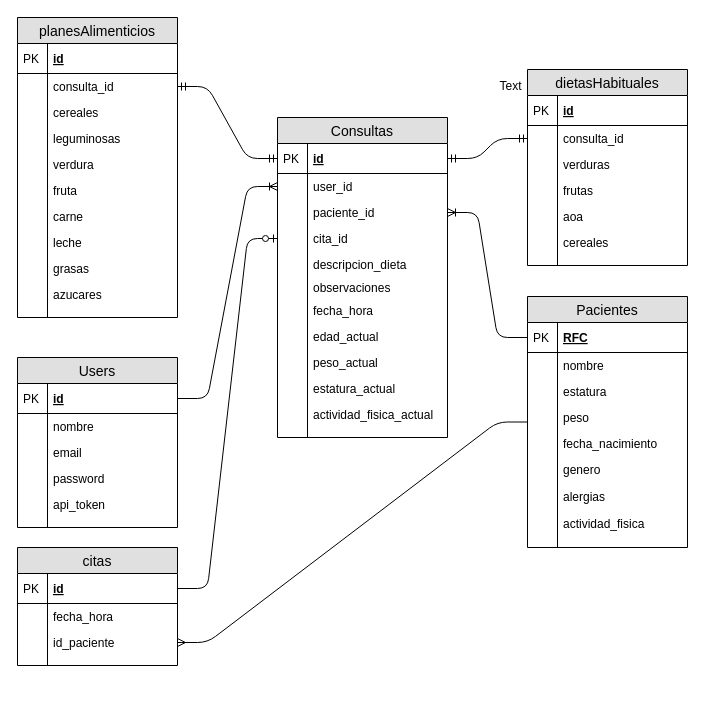
Earlier version of the draw.io diagram baseDeDatosProyecto.drawio (elagabalus01/nutrikit). Source tidied: cells renumbered, new cells numbered last; positions are measured from the earlier drawing's top-left corner, leaving out a move shared by most shapes. Both pictures are drawn from the tidied source at 100%, with x=0, y=0 at pixel (17, 17).
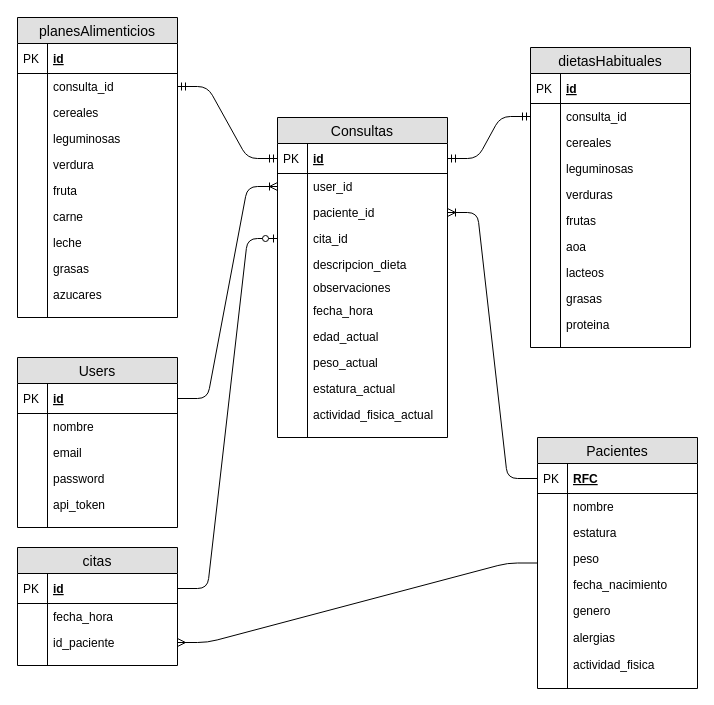
The same page after the edit.

Diff of the diagram source:
```diff
@@
     <mxCell id="15" value="Pacientes" style="swimlane;fontStyle=0;horizontal=1;startSize=26;fillColor=#e0e0e0;swimlaneFillColor=#ffffff;align=center;fontSize=14;" parent="1" vertex="1">
-      <mxGeometry x="510" y="279" width="160" height="251" as="geometry" />
+      <mxGeometry x="520" y="420" width="160" height="251" as="geometry" />
     </mxCell>
@@
     <mxCell id="69" value="dietasHabituales" style="swimlane;fontStyle=0;horizontal=1;startSize=26;fillColor=#e0e0e0;swimlaneFillColor=#ffffff;align=center;fontSize=14;" parent="1" vertex="1">
-      <mxGeometry x="510" y="52" width="160" height="196" as="geometry" />
+      <mxGeometry x="513" y="30" width="160" height="300" as="geometry" />
     </mxCell>
@@
+    <mxCell id="80" value="cereales" style="shape=partialRectangle;top=0;left=0;right=0;bottom=0;align=left;verticalAlign=top;fillColor=none;spacingLeft=34;spacingRight=4;overflow=hidden;fontSize=12;" parent="69" vertex="1">
+      <mxGeometry y="82" width="160" height="26" as="geometry" />
+    </mxCell>
+    <mxCell id="81" style="shape=partialRectangle;top=0;left=0;bottom=0;fillColor=none;align=left;verticalAlign=top;spacingLeft=4;spacingRight=4;overflow=hidden;fontSize=12;" parent="80" vertex="1">
+      <mxGeometry width="30" height="26" as="geometry" />
+    </mxCell>
+    <mxCell id="113" value="leguminosas" style="shape=partialRectangle;top=0;left=0;right=0;bottom=0;align=left;verticalAlign=top;fillColor=none;spacingLeft=34;spacingRight=4;overflow=hidden;fontSize=12;" parent="69" vertex="1">
+      <mxGeometry y="108" width="160" height="26" as="geometry" />
+    </mxCell>
+    <mxCell id="114" style="shape=partialRectangle;top=0;left=0;bottom=0;fillColor=none;align=left;verticalAlign=top;spacingLeft=4;spacingRight=4;overflow=hidden;fontSize=12;" parent="113" vertex="1">
+      <mxGeometry width="30" height="26" as="geometry" />
+    </mxCell>
     <mxCell id="74" value="verduras" style="shape=partialRectangle;top=0;left=0;right=0;bottom=0;align=left;verticalAlign=top;fillColor=none;spacingLeft=34;spacingRight=4;overflow=hidden;fontSize=12;" parent="69" vertex="1">
-      <mxGeometry y="82" width="160" height="26" as="geometry" />
+      <mxGeometry y="134" width="160" height="26" as="geometry" />
     </mxCell>
@@
     <mxCell id="76" value="frutas" style="shape=partialRectangle;top=0;left=0;right=0;bottom=0;align=left;verticalAlign=top;fillColor=none;spacingLeft=34;spacingRight=4;overflow=hidden;fontSize=12;" parent="69" vertex="1">
-      <mxGeometry y="108" width="160" height="26" as="geometry" />
+      <mxGeometry y="160" width="160" height="26" as="geometry" />
     </mxCell>
@@
     <mxCell id="78" value="aoa" style="shape=partialRectangle;top=0;left=0;right=0;bottom=0;align=left;verticalAlign=top;fillColor=none;spacingLeft=34;spacingRight=4;overflow=hidden;fontSize=12;" parent="69" vertex="1">
-      <mxGeometry y="134" width="160" height="26" as="geometry" />
+      <mxGeometry y="186" width="160" height="26" as="geometry" />
     </mxCell>
@@
-    <mxCell id="80" value="cereales" style="shape=partialRectangle;top=0;left=0;right=0;bottom=0;align=left;verticalAlign=top;fillColor=none;spacingLeft=34;spacingRight=4;overflow=hidden;fontSize=12;" parent="69" vertex="1">
-      <mxGeometry y="160" width="160" height="26" as="geometry" />
-    </mxCell>
-    <mxCell id="81" style="shape=partialRectangle;top=0;left=0;bottom=0;fillColor=none;align=left;verticalAlign=top;spacingLeft=4;spacingRight=4;overflow=hidden;fontSize=12;" parent="80" vertex="1">
-      <mxGeometry width="30" height="26" as="geometry" />
-    </mxCell>
+    <mxCell id="115" value="lacteos" style="shape=partialRectangle;top=0;left=0;right=0;bottom=0;align=left;verticalAlign=top;fillColor=none;spacingLeft=34;spacingRight=4;overflow=hidden;fontSize=12;" parent="69" vertex="1">
+      <mxGeometry y="212" width="160" height="26" as="geometry" />
+    </mxCell>
+    <mxCell id="116" style="shape=partialRectangle;top=0;left=0;bottom=0;fillColor=none;align=left;verticalAlign=top;spacingLeft=4;spacingRight=4;overflow=hidden;fontSize=12;" parent="115" vertex="1">
+      <mxGeometry width="30" height="26" as="geometry" />
+    </mxCell>
+    <mxCell id="117" value="grasas" style="shape=partialRectangle;top=0;left=0;right=0;bottom=0;align=left;verticalAlign=top;fillColor=none;spacingLeft=34;spacingRight=4;overflow=hidden;fontSize=12;" parent="69" vertex="1">
+      <mxGeometry y="238" width="160" height="26" as="geometry" />
+    </mxCell>
+    <mxCell id="118" style="shape=partialRectangle;top=0;left=0;bottom=0;fillColor=none;align=left;verticalAlign=top;spacingLeft=4;spacingRight=4;overflow=hidden;fontSize=12;" parent="117" vertex="1">
+      <mxGeometry width="30" height="26" as="geometry" />
+    </mxCell>
+    <mxCell id="119" value="proteina" style="shape=partialRectangle;top=0;left=0;right=0;bottom=0;align=left;verticalAlign=top;fillColor=none;spacingLeft=34;spacingRight=4;overflow=hidden;fontSize=12;" parent="69" vertex="1">
+      <mxGeometry y="264" width="160" height="26" as="geometry" />
+    </mxCell>
+    <mxCell id="120" style="shape=partialRectangle;top=0;left=0;bottom=0;fillColor=none;align=left;verticalAlign=top;spacingLeft=4;spacingRight=4;overflow=hidden;fontSize=12;" parent="119" vertex="1">
+      <mxGeometry width="30" height="26" as="geometry" />
+    </mxCell>
     <mxCell id="82" style="shape=partialRectangle;top=0;left=0;right=0;bottom=0;align=left;verticalAlign=top;fillColor=none;spacingLeft=34;spacingRight=4;overflow=hidden;fontSize=12;" parent="69" vertex="1">
-      <mxGeometry y="186" width="160" height="10" as="geometry" />
+      <mxGeometry y="290" width="160" height="10" as="geometry" />
     </mxCell>
@@
-    <mxCell id="112" value="Text" style="text;html=1;align=center;verticalAlign=middle;" parent="1" vertex="1">
-      <mxGeometry x="473" y="59" width="40" height="20" as="geometry" />
-    </mxCell>
```
